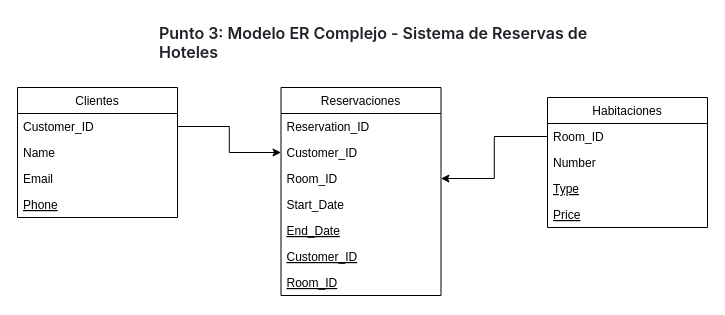
Earlier version of the draw.io diagram Diagrama sin título.drawio (luiscarlos370/ProyectoFJS). Source tidied: cells renumbered, new cells numbered last; positions are measured from the earlier drawing's top-left corner, leaving out a move shared by most shapes. Both pictures are drawn from the tidied source at 100%, with x=0, y=0 at pixel (17, 17).
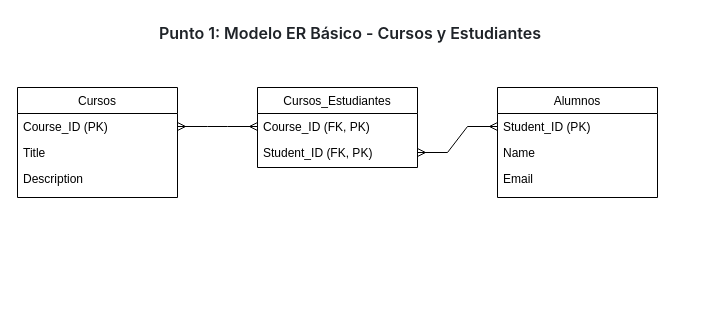
The same diagram, later.

Diff of the diagram source:
```diff
@@
-    <mxCell id="2" value="Clientes" style="swimlane;fontStyle=0;align=center;verticalAlign=top;horizontal=1;startSize=26;rounded=0;shadow=0;strokeWidth=1;" parent="1" vertex="1">
-      <mxGeometry y="70" width="160" height="130" as="geometry" />
+    <mxCell id="2" value="Cursos" style="swimlane;fontStyle=0;align=center;verticalAlign=top;horizontal=1;startSize=26;rounded=0;shadow=0;strokeWidth=1;" parent="1" vertex="1">
+      <mxGeometry y="70" width="160" height="110" as="geometry" />
     </mxCell>
-    <mxCell id="3" value="Customer_ID" style="text;align=left;verticalAlign=top;spacingLeft=4;spacingRight=4;overflow=hidden;points=[[0,0.5],[1,0.5]];portConstraint=eastwest;" parent="2" vertex="1">
+    <mxCell id="3" value="Course_ID (PK)" style="text;align=left;verticalAlign=top;spacingLeft=4;spacingRight=4;overflow=hidden;points=[[0,0.5],[1,0.5]];portConstraint=eastwest;" parent="2" vertex="1">
       <mxGeometry y="26" width="160" height="26" as="geometry" />
     </mxCell>
-    <mxCell id="4" value="Name" style="text;align=left;verticalAlign=top;spacingLeft=4;spacingRight=4;overflow=hidden;" parent="2" vertex="1">
+    <mxCell id="4" value="Title" style="text;align=left;verticalAlign=top;spacingLeft=4;spacingRight=4;overflow=hidden;" parent="2" vertex="1">
       <mxGeometry y="52" width="160" height="26" as="geometry" />
     </mxCell>
-    <mxCell id="5" value="Email" style="text;align=left;verticalAlign=top;spacingLeft=4;spacingRight=4;overflow=hidden;rounded=0;shadow=0;html=0;" parent="2" vertex="1">
+    <mxCell id="5" value=" Description" style="text;align=left;verticalAlign=top;spacingLeft=4;spacingRight=4;overflow=hidden;rounded=0;shadow=0;html=0;" parent="2" vertex="1">
       <mxGeometry y="78" width="160" height="26" as="geometry" />
     </mxCell>
-    <mxCell id="6" value="Phone" style="text;align=left;verticalAlign=top;spacingLeft=4;spacingRight=4;overflow=hidden;fontStyle=4;" parent="2" vertex="1">
-      <mxGeometry y="104" width="160" height="26" as="geometry" />
-    </mxCell>
-    <mxCell id="7" value="&lt;span style=&quot;box-sizing: border-box; font-weight: var(--base-text-weight-semibold, 600); color: rgb(31, 35, 40); font-family: -apple-system, BlinkMacSystemFont, &amp;quot;Segoe UI&amp;quot;, &amp;quot;Noto Sans&amp;quot;, Helvetica, Arial, sans-serif, &amp;quot;Apple Color Emoji&amp;quot;, &amp;quot;Segoe UI Emoji&amp;quot;; font-size: 16px; background-color: rgb(255, 255, 255);&quot;&gt;&lt;font style=&quot;box-sizing: border-box; vertical-align: inherit;&quot;&gt;Punto 3: Modelo ER Complejo - Sistema de Reservas de Hoteles&lt;/font&gt;&lt;/span&gt;" style="text;whiteSpace=wrap;html=1;" parent="1" vertex="1">
+    <mxCell id="7" value="&lt;span style=&quot;box-sizing: border-box; font-weight: var(--base-text-weight-semibold, 600); color: rgb(31, 35, 40); font-family: -apple-system, BlinkMacSystemFont, &amp;quot;Segoe UI&amp;quot;, &amp;quot;Noto Sans&amp;quot;, Helvetica, Arial, sans-serif, &amp;quot;Apple Color Emoji&amp;quot;, &amp;quot;Segoe UI Emoji&amp;quot;; font-size: 16px; background-color: rgb(255, 255, 255);&quot;&gt;&lt;font style=&quot;box-sizing: border-box; vertical-align: inherit;&quot;&gt;Punto 1: Modelo ER Básico - Cursos y Estudiantes&lt;/font&gt;&lt;/span&gt;" style="text;whiteSpace=wrap;html=1;" parent="1" vertex="1">
       <mxGeometry x="140" width="476" height="40" as="geometry" />
     </mxCell>
-    <mxCell id="8" value="Habitaciones" style="swimlane;fontStyle=0;align=center;verticalAlign=top;horizontal=1;startSize=26;rounded=0;shadow=0;strokeWidth=1;" parent="1" vertex="1">
-      <mxGeometry x="530" y="80" width="160" height="130" as="geometry" />
+    <mxCell id="8" value="Cursos_Estudiantes" style="swimlane;fontStyle=0;align=center;verticalAlign=top;horizontal=1;startSize=26;rounded=0;shadow=0;strokeWidth=1;" parent="1" vertex="1">
+      <mxGeometry x="240" y="70" width="160" height="80" as="geometry" />
     </mxCell>
-    <mxCell id="9" value="Room_ID" style="text;align=left;verticalAlign=top;spacingLeft=4;spacingRight=4;overflow=hidden;points=[[0,0.5],[1,0.5]];portConstraint=eastwest;" parent="8" vertex="1">
+    <mxCell id="9" value="Course_ID (FK, PK)" style="text;align=left;verticalAlign=top;spacingLeft=4;spacingRight=4;overflow=hidden;points=[[0,0.5],[1,0.5]];portConstraint=eastwest;" parent="8" vertex="1">
       <mxGeometry y="26" width="160" height="26" as="geometry" />
     </mxCell>
-    <mxCell id="10" value="Number" style="text;align=left;verticalAlign=top;spacingLeft=4;spacingRight=4;overflow=hidden;points=[[0,0.5],[1,0.5]];portConstraint=eastwest;rounded=0;shadow=0;html=0;" parent="8" vertex="1">
+    <mxCell id="10" value="Student_ID (FK, PK)" style="text;align=left;verticalAlign=top;spacingLeft=4;spacingRight=4;overflow=hidden;points=[[0,0.5],[1,0.5]];portConstraint=eastwest;rounded=0;shadow=0;html=0;" parent="8" vertex="1">
       <mxGeometry y="52" width="160" height="26" as="geometry" />
     </mxCell>
-    <mxCell id="11" value="Type" style="text;align=left;verticalAlign=top;spacingLeft=4;spacingRight=4;overflow=hidden;fontStyle=4;" parent="8" vertex="1">
-      <mxGeometry y="78" width="160" height="26" as="geometry" />
-    </mxCell>
-    <mxCell id="12" value="Price" style="text;align=left;verticalAlign=top;spacingLeft=4;spacingRight=4;overflow=hidden;fontStyle=4;" parent="8" vertex="1">
-      <mxGeometry y="104" width="160" height="26" as="geometry" />
-    </mxCell>
-    <mxCell id="13" value="Reservaciones" style="swimlane;fontStyle=0;align=center;verticalAlign=top;horizontal=1;startSize=26;rounded=0;shadow=0;strokeWidth=1;" parent="1" vertex="1">
-      <mxGeometry x="263.5" y="70" width="160" height="208" as="geometry" />
+    <mxCell id="13" value="Alumnos" style="swimlane;fontStyle=0;align=center;verticalAlign=top;horizontal=1;startSize=26;rounded=0;shadow=0;strokeWidth=1;" parent="1" vertex="1">
+      <mxGeometry x="480" y="70" width="160" height="110" as="geometry" />
     </mxCell>
-    <mxCell id="14" value="Reservation_ID" style="text;align=left;verticalAlign=top;spacingLeft=4;spacingRight=4;overflow=hidden;points=[[0,0.5],[1,0.5]];portConstraint=eastwest;" parent="13" vertex="1">
+    <mxCell id="14" value="Student_ID (PK) " style="text;align=left;verticalAlign=top;spacingLeft=4;spacingRight=4;overflow=hidden;points=[[0,0.5],[1,0.5]];portConstraint=eastwest;" parent="13" vertex="1">
       <mxGeometry y="26" width="160" height="26" as="geometry" />
     </mxCell>
-    <mxCell id="15" value="Customer_ID" style="text;align=left;verticalAlign=top;spacingLeft=4;spacingRight=4;overflow=hidden;points=[[0,0.5],[1,0.5]];portConstraint=eastwest;" parent="13" vertex="1">
+    <mxCell id="15" value="Name              " style="text;align=left;verticalAlign=top;spacingLeft=4;spacingRight=4;overflow=hidden;points=[[0,0.5],[1,0.5]];portConstraint=eastwest;" parent="13" vertex="1">
       <mxGeometry y="52" width="160" height="26" as="geometry" />
     </mxCell>
-    <mxCell id="16" value="Room_ID" style="text;align=left;verticalAlign=top;spacingLeft=4;spacingRight=4;overflow=hidden;points=[[0,0.5],[1,0.5]];portConstraint=eastwest;" parent="13" vertex="1">
+    <mxCell id="16" value="Email             " style="text;align=left;verticalAlign=top;spacingLeft=4;spacingRight=4;overflow=hidden;points=[[0,0.5],[1,0.5]];portConstraint=eastwest;" parent="13" vertex="1">
       <mxGeometry y="78" width="160" height="26" as="geometry" />
     </mxCell>
-    <mxCell id="17" value="Start_Date" style="text;align=left;verticalAlign=top;spacingLeft=4;spacingRight=4;overflow=hidden;rounded=0;shadow=0;html=0;" parent="13" vertex="1">
-      <mxGeometry y="104" width="160" height="26" as="geometry" />
-    </mxCell>
-    <mxCell id="18" value="End_Date" style="text;align=left;verticalAlign=top;spacingLeft=4;spacingRight=4;overflow=hidden;fontStyle=4;" parent="13" vertex="1">
-      <mxGeometry y="130" width="160" height="26" as="geometry" />
-    </mxCell>
-    <mxCell id="19" value="Customer_ID" style="text;align=left;verticalAlign=top;spacingLeft=4;spacingRight=4;overflow=hidden;fontStyle=4;" parent="13" vertex="1">
-      <mxGeometry y="156" width="160" height="26" as="geometry" />
-    </mxCell>
-    <mxCell id="20" value="Room_ID" style="text;align=left;verticalAlign=top;spacingLeft=4;spacingRight=4;overflow=hidden;fontStyle=4;" parent="13" vertex="1">
-      <mxGeometry y="182" width="160" height="26" as="geometry" />
-    </mxCell>
-    <mxCell id="21" style="edgeStyle=orthogonalEdgeStyle;rounded=0;jettySize=auto;html=1;entryX=0;entryY=0.5;entryDx=0;entryDy=0;" parent="1" edge="1" source="3" target="15">
-      <mxGeometry relative="1" as="geometry" />
-    </mxCell>
-    <mxCell id="22" style="edgeStyle=orthogonalEdgeStyle;rounded=0;jettySize=auto;html=1;" parent="1" edge="1" source="9" target="16">
-      <mxGeometry relative="1" as="geometry" />
-    </mxCell>
+    <mxCell id="23" style="edgeStyle=entityRelationEdgeStyle;fontSize=12;html=1;endArrow=ERmany;startArrow=ERmany;rounded=0;entryX=0;entryY=0.5;entryDx=0;entryDy=0;exitX=1;exitY=0.5;exitDx=0;exitDy=0;" parent="1" edge="1" source="10" target="14">
+      <mxGeometry relative="1" as="geometry" />
+    </mxCell>
+    <mxCell id="24" style="edgeStyle=entityRelationEdgeStyle;fontSize=12;html=1;endArrow=ERmany;startArrow=ERmany;rounded=0;entryX=0;entryY=0.5;entryDx=0;entryDy=0;exitX=1;exitY=0.5;exitDx=0;exitDy=0;" parent="1" edge="1" source="3" target="9">
+      <mxGeometry relative="1" as="geometry" />
+    </mxCell>
```
